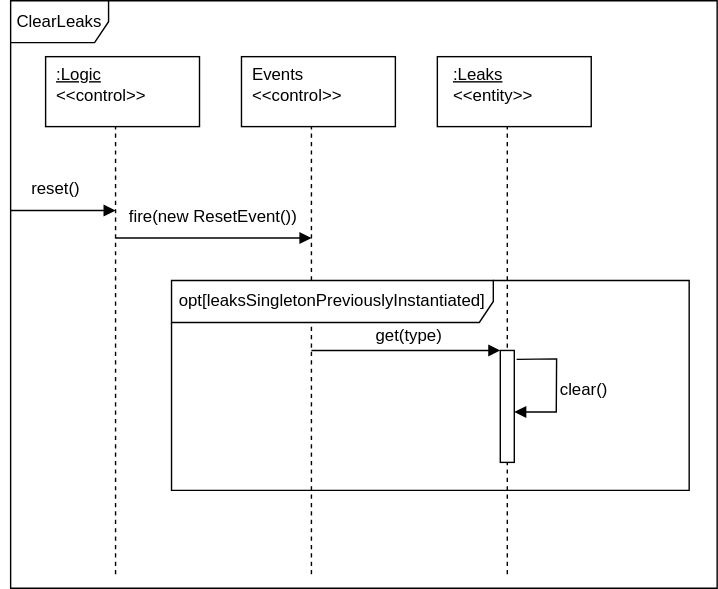
Before: SE202526/Milestone3/UserStory2/assets/seqClearLeaks.svg, a diagram exported from draw.io (gabits17/Mindustry-Add-ons-SE-Project). Source tidied: cells renumbered, new cells last; positions are measured from the earlier drawing's top-left corner, leaving out a move shared by most shapes. Its diagram source:
```xml
<mxGraphModel>
  <root>
    <mxCell id="0" />
    <mxCell id="1" parent="0" />
    <mxCell id="2" value="&lt;div style=&quot;text-align: left;&quot;&gt;&lt;br&gt;&lt;/div&gt;" style="rounded=0;whiteSpace=wrap;html=1;" parent="1" vertex="1">
      <mxGeometry x="25" y="40" width="110" height="50" as="geometry" />
    </mxCell>
    <mxCell id="3" value="&lt;div style=&quot;text-align: left;&quot;&gt;&lt;div&gt;&lt;span style=&quot;background-color: transparent; color: light-dark(rgb(0, 0, 0), rgb(255, 255, 255));&quot;&gt;&lt;u&gt;:Logic&lt;/u&gt;&lt;/span&gt;&lt;/div&gt;&lt;div style=&quot;text-align: center;&quot;&gt;&amp;lt;&amp;lt;control&amp;gt;&amp;gt;&lt;/div&gt;&lt;/div&gt;" style="text;html=1;whiteSpace=wrap;strokeColor=none;fillColor=none;align=center;verticalAlign=middle;rounded=0;" parent="1" vertex="1">
      <mxGeometry x="35" y="45" width="60" height="30" as="geometry" />
    </mxCell>
    <mxCell id="4" value="&lt;div style=&quot;text-align: left;&quot;&gt;&lt;br&gt;&lt;/div&gt;" style="rounded=0;whiteSpace=wrap;html=1;" parent="1" vertex="1">
      <mxGeometry x="165" y="40" width="110" height="50" as="geometry" />
    </mxCell>
    <mxCell id="5" value="&lt;div style=&quot;text-align: left;&quot;&gt;&lt;div&gt;&lt;span style=&quot;background-color: transparent; color: light-dark(rgb(0, 0, 0), rgb(255, 255, 255));&quot;&gt;Events&lt;/span&gt;&lt;/div&gt;&lt;div style=&quot;text-align: center;&quot;&gt;&amp;lt;&amp;lt;control&amp;gt;&amp;gt;&lt;/div&gt;&lt;/div&gt;" style="text;html=1;whiteSpace=wrap;strokeColor=none;fillColor=none;align=center;verticalAlign=middle;rounded=0;" parent="1" vertex="1">
      <mxGeometry x="175" y="45" width="60" height="30" as="geometry" />
    </mxCell>
    <mxCell id="6" style="endArrow=none;dashed=1;html=1;rounded=0;entryX=0.5;entryY=1;entryDx=0;entryDy=0;" parent="1" edge="1">
      <mxGeometry relative="1" as="geometry">
        <mxPoint x="75" y="410" as="sourcePoint" />
        <mxPoint x="75" y="90" as="targetPoint" />
      </mxGeometry>
    </mxCell>
    <mxCell id="7" style="endArrow=none;dashed=1;html=1;rounded=0;entryX=0.5;entryY=1;entryDx=0;entryDy=0;" parent="1" edge="1">
      <mxGeometry relative="1" as="geometry">
        <mxPoint x="215" y="410" as="sourcePoint" />
        <mxPoint x="215" y="90" as="targetPoint" />
      </mxGeometry>
    </mxCell>
    <mxCell id="8" value="fire(new ResetEvent())" style="text;html=1;whiteSpace=wrap;strokeColor=none;fillColor=none;align=center;verticalAlign=middle;rounded=0;" parent="1" vertex="1">
      <mxGeometry x="75" y="140" width="140" height="30" as="geometry" />
    </mxCell>
    <mxCell id="9" style="endArrow=block;html=1;rounded=0;endFill=1;entryX=0;entryY=0;entryDx=0;entryDy=0;exitX=0.994;exitY=0.038;exitDx=0;exitDy=0;exitPerimeter=0;" parent="1" edge="1">
      <mxGeometry relative="1" as="geometry">
        <mxPoint x="75" y="169.7" as="sourcePoint" />
        <mxPoint x="215" y="169.7" as="targetPoint" />
      </mxGeometry>
    </mxCell>
    <mxCell id="10" value="get(type)" style="text;html=1;whiteSpace=wrap;strokeColor=none;fillColor=none;align=center;verticalAlign=middle;rounded=0;" parent="1" vertex="1">
      <mxGeometry x="225" y="230" width="120" height="20" as="geometry" />
    </mxCell>
    <mxCell id="11" style="endArrow=block;html=1;rounded=0;endFill=1;entryX=0;entryY=0;entryDx=0;entryDy=0;exitX=0.994;exitY=0.038;exitDx=0;exitDy=0;exitPerimeter=0;" parent="1" edge="1" target="16">
      <mxGeometry relative="1" as="geometry">
        <mxPoint x="215" y="250" as="sourcePoint" />
      </mxGeometry>
    </mxCell>
    <mxCell id="12" value="opt[leaksSingletonPreviouslyInstantiated]" style="shape=umlFrame;whiteSpace=wrap;html=1;width=230;height=30;" parent="1" vertex="1">
      <mxGeometry x="115" y="200" width="370" height="150" as="geometry" />
    </mxCell>
    <mxCell id="13" value="&lt;div style=&quot;text-align: left;&quot;&gt;&lt;br&gt;&lt;/div&gt;" style="rounded=0;whiteSpace=wrap;html=1;" parent="1" vertex="1">
      <mxGeometry x="305" y="40" width="110" height="50" as="geometry" />
    </mxCell>
    <mxCell id="14" value="&lt;div style=&quot;text-align: left;&quot;&gt;&lt;div&gt;&lt;span style=&quot;background-color: transparent; color: light-dark(rgb(0, 0, 0), rgb(255, 255, 255));&quot;&gt;&lt;u&gt;:Leaks&lt;/u&gt;&lt;/span&gt;&lt;/div&gt;&lt;div style=&quot;text-align: center;&quot;&gt;&amp;lt;&amp;lt;entity&amp;gt;&amp;gt;&lt;/div&gt;&lt;/div&gt;" style="text;html=1;whiteSpace=wrap;strokeColor=none;fillColor=none;align=center;verticalAlign=middle;rounded=0;" parent="1" vertex="1">
      <mxGeometry x="315" y="45" width="60" height="30" as="geometry" />
    </mxCell>
    <mxCell id="15" style="endArrow=none;dashed=1;html=1;rounded=0;entryX=0.5;entryY=1;entryDx=0;entryDy=0;" parent="1" edge="1">
      <mxGeometry relative="1" as="geometry">
        <mxPoint x="355" y="410" as="sourcePoint" />
        <mxPoint x="355" y="90" as="targetPoint" />
      </mxGeometry>
    </mxCell>
    <mxCell id="16" style="rounded=0;whiteSpace=wrap;html=1;" parent="1" vertex="1">
      <mxGeometry x="350" y="250" width="10" height="80" as="geometry" />
    </mxCell>
    <mxCell id="17" style="endArrow=block;html=1;rounded=0;endFill=1;entryX=0.988;entryY=0.574;entryDx=0;entryDy=0;exitX=1.071;exitY=0.105;exitDx=0;exitDy=0;exitPerimeter=0;entryPerimeter=0;" parent="1" edge="1">
      <mxGeometry relative="1" as="geometry">
        <mxPoint x="361.7" y="256.4" as="sourcePoint" />
        <mxPoint x="360" y="293.9" as="targetPoint" />
        <Array as="points">
          <mxPoint x="390.2" y="256" />
          <mxPoint x="390" y="294" />
        </Array>
      </mxGeometry>
    </mxCell>
    <mxCell id="18" value="clear()" style="text;html=1;whiteSpace=wrap;strokeColor=none;fillColor=none;align=center;verticalAlign=middle;rounded=0;" parent="1" vertex="1">
      <mxGeometry x="390" y="268" width="40" height="20" as="geometry" />
    </mxCell>
    <mxCell id="19" value="ClearLeaks" style="shape=umlFrame;whiteSpace=wrap;html=1;width=70;height=30;" parent="1" vertex="1">
      <mxGeometry width="505" height="420" as="geometry" />
    </mxCell>
    <mxCell id="20" style="endArrow=block;html=1;rounded=0;endFill=1;exitX=0.994;exitY=0.038;exitDx=0;exitDy=0;exitPerimeter=0;" parent="1" edge="1">
      <mxGeometry relative="1" as="geometry">
        <mxPoint y="150" as="sourcePoint" />
        <mxPoint x="75" y="150" as="targetPoint" />
      </mxGeometry>
    </mxCell>
    <mxCell id="21" value="reset()" style="text;html=1;whiteSpace=wrap;strokeColor=none;fillColor=none;align=center;verticalAlign=middle;rounded=0;" parent="1" vertex="1">
      <mxGeometry y="120" width="65" height="30" as="geometry" />
    </mxCell>
  </root>
</mxGraphModel>
```
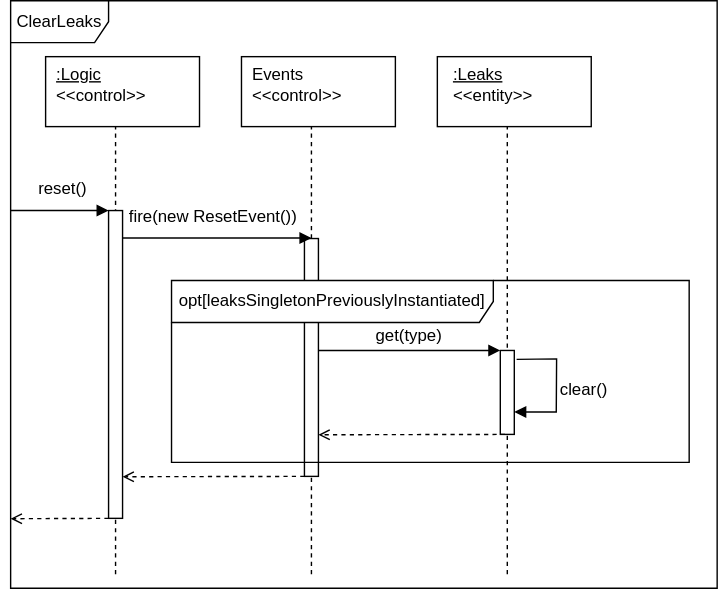
Later version of the same file.

Commit message:
Diogo Antunes: Forgot to overwrite one diagram

Diff of the diagram source:
```diff
@@ -2,6 +2,15 @@
   <root>
     <mxCell id="0" />
     <mxCell id="1" parent="0" />
+    <mxCell id="7" style="endArrow=none;dashed=1;html=1;rounded=0;entryX=0.5;entryY=1;entryDx=0;entryDy=0;" parent="1" edge="1">
+      <mxGeometry relative="1" as="geometry">
+        <mxPoint x="215" y="410" as="sourcePoint" />
+        <mxPoint x="215" y="90" as="targetPoint" />
+      </mxGeometry>
+    </mxCell>
+    <mxCell id="22" style="rounded=0;whiteSpace=wrap;html=1;" parent="1" vertex="1">
+      <mxGeometry x="210" y="170" width="10" height="170" as="geometry" />
+    </mxCell>
     <mxCell id="2" value="&lt;div style=&quot;text-align: left;&quot;&gt;&lt;br&gt;&lt;/div&gt;" style="rounded=0;whiteSpace=wrap;html=1;" parent="1" vertex="1">
       <mxGeometry x="25" y="40" width="110" height="50" as="geometry" />
     </mxCell>
@@ -20,12 +29,6 @@
         <mxPoint x="75" y="90" as="targetPoint" />
       </mxGeometry>
     </mxCell>
-    <mxCell id="7" style="endArrow=none;dashed=1;html=1;rounded=0;entryX=0.5;entryY=1;entryDx=0;entryDy=0;" parent="1" edge="1">
-      <mxGeometry relative="1" as="geometry">
-        <mxPoint x="215" y="410" as="sourcePoint" />
-        <mxPoint x="215" y="90" as="targetPoint" />
-      </mxGeometry>
-    </mxCell>
     <mxCell id="8" value="fire(new ResetEvent())" style="text;html=1;whiteSpace=wrap;strokeColor=none;fillColor=none;align=center;verticalAlign=middle;rounded=0;" parent="1" vertex="1">
       <mxGeometry x="75" y="140" width="140" height="30" as="geometry" />
     </mxCell>
@@ -38,13 +41,13 @@
     <mxCell id="10" value="get(type)" style="text;html=1;whiteSpace=wrap;strokeColor=none;fillColor=none;align=center;verticalAlign=middle;rounded=0;" parent="1" vertex="1">
       <mxGeometry x="225" y="230" width="120" height="20" as="geometry" />
     </mxCell>
-    <mxCell id="11" style="endArrow=block;html=1;rounded=0;endFill=1;entryX=0;entryY=0;entryDx=0;entryDy=0;exitX=0.994;exitY=0.038;exitDx=0;exitDy=0;exitPerimeter=0;" parent="1" edge="1" target="16">
+    <mxCell id="11" style="endArrow=block;html=1;rounded=0;endFill=1;entryX=0;entryY=0;entryDx=0;entryDy=0;" parent="1" edge="1" target="16">
       <mxGeometry relative="1" as="geometry">
-        <mxPoint x="215" y="250" as="sourcePoint" />
+        <mxPoint x="220" y="250" as="sourcePoint" />
       </mxGeometry>
     </mxCell>
     <mxCell id="12" value="opt[leaksSingletonPreviouslyInstantiated]" style="shape=umlFrame;whiteSpace=wrap;html=1;width=230;height=30;" parent="1" vertex="1">
-      <mxGeometry x="115" y="200" width="370" height="150" as="geometry" />
+      <mxGeometry x="115" y="200" width="370" height="130" as="geometry" />
     </mxCell>
     <mxCell id="13" value="&lt;div style=&quot;text-align: left;&quot;&gt;&lt;br&gt;&lt;/div&gt;" style="rounded=0;whiteSpace=wrap;html=1;" parent="1" vertex="1">
       <mxGeometry x="305" y="40" width="110" height="50" as="geometry" />
@@ -59,7 +62,7 @@
       </mxGeometry>
     </mxCell>
     <mxCell id="16" style="rounded=0;whiteSpace=wrap;html=1;" parent="1" vertex="1">
-      <mxGeometry x="350" y="250" width="10" height="80" as="geometry" />
+      <mxGeometry x="350" y="250" width="10" height="60" as="geometry" />
     </mxCell>
     <mxCell id="17" style="endArrow=block;html=1;rounded=0;endFill=1;entryX=0.988;entryY=0.574;entryDx=0;entryDy=0;exitX=1.071;exitY=0.105;exitDx=0;exitDy=0;exitPerimeter=0;entryPerimeter=0;" parent="1" edge="1">
       <mxGeometry relative="1" as="geometry">
@@ -77,14 +80,32 @@
     <mxCell id="19" value="ClearLeaks" style="shape=umlFrame;whiteSpace=wrap;html=1;width=70;height=30;" parent="1" vertex="1">
       <mxGeometry width="505" height="420" as="geometry" />
     </mxCell>
-    <mxCell id="20" style="endArrow=block;html=1;rounded=0;endFill=1;exitX=0.994;exitY=0.038;exitDx=0;exitDy=0;exitPerimeter=0;" parent="1" edge="1">
+    <mxCell id="20" style="endArrow=block;html=1;rounded=0;endFill=1;exitX=0.994;exitY=0.038;exitDx=0;exitDy=0;exitPerimeter=0;entryX=0;entryY=0;entryDx=0;entryDy=0;" parent="1" edge="1" target="24">
       <mxGeometry relative="1" as="geometry">
         <mxPoint y="150" as="sourcePoint" />
-        <mxPoint x="75" y="150" as="targetPoint" />
       </mxGeometry>
     </mxCell>
     <mxCell id="21" value="reset()" style="text;html=1;whiteSpace=wrap;strokeColor=none;fillColor=none;align=center;verticalAlign=middle;rounded=0;" parent="1" vertex="1">
-      <mxGeometry y="120" width="65" height="30" as="geometry" />
+      <mxGeometry x="15" y="120" width="45" height="30" as="geometry" />
     </mxCell>
+    <mxCell id="23" style="endArrow=open;html=1;rounded=0;endFill=0;dashed=1;exitX=0;exitY=1;exitDx=0;exitDy=0;entryX=0.909;entryY=0.873;entryDx=0;entryDy=0;entryPerimeter=0;" parent="1" edge="1">
+      <mxGeometry relative="1" as="geometry">
+        <mxPoint x="353.4" y="310" as="sourcePoint" />
+        <mxPoint x="220" y="310.3" as="targetPoint" />
+      </mxGeometry>
+    </mxCell>
+    <mxCell id="24" style="rounded=0;whiteSpace=wrap;html=1;" parent="1" vertex="1">
+      <mxGeometry x="70" y="150" width="10" height="220" as="geometry" />
+    </mxCell>
+    <mxCell id="25" style="endArrow=open;html=1;rounded=0;endFill=0;dashed=1;entryX=0.909;entryY=0.873;entryDx=0;entryDy=0;entryPerimeter=0;exitX=0;exitY=1;exitDx=0;exitDy=0;" parent="1" edge="1" source="22">
+      <mxGeometry relative="1" as="geometry">
+        <mxPoint x="80" y="340.3" as="targetPoint" />
+      </mxGeometry>
+    </mxCell>
+    <mxCell id="26" style="endArrow=open;html=1;rounded=0;endFill=0;dashed=1;entryX=0.909;entryY=0.873;entryDx=0;entryDy=0;entryPerimeter=0;exitX=0;exitY=1;exitDx=0;exitDy=0;" parent="1" edge="1" source="24">
+      <mxGeometry relative="1" as="geometry">
+        <mxPoint y="370.3" as="targetPoint" />
+      </mxGeometry>
+    </mxCell>
   </root>
 </mxGraphModel>
```
